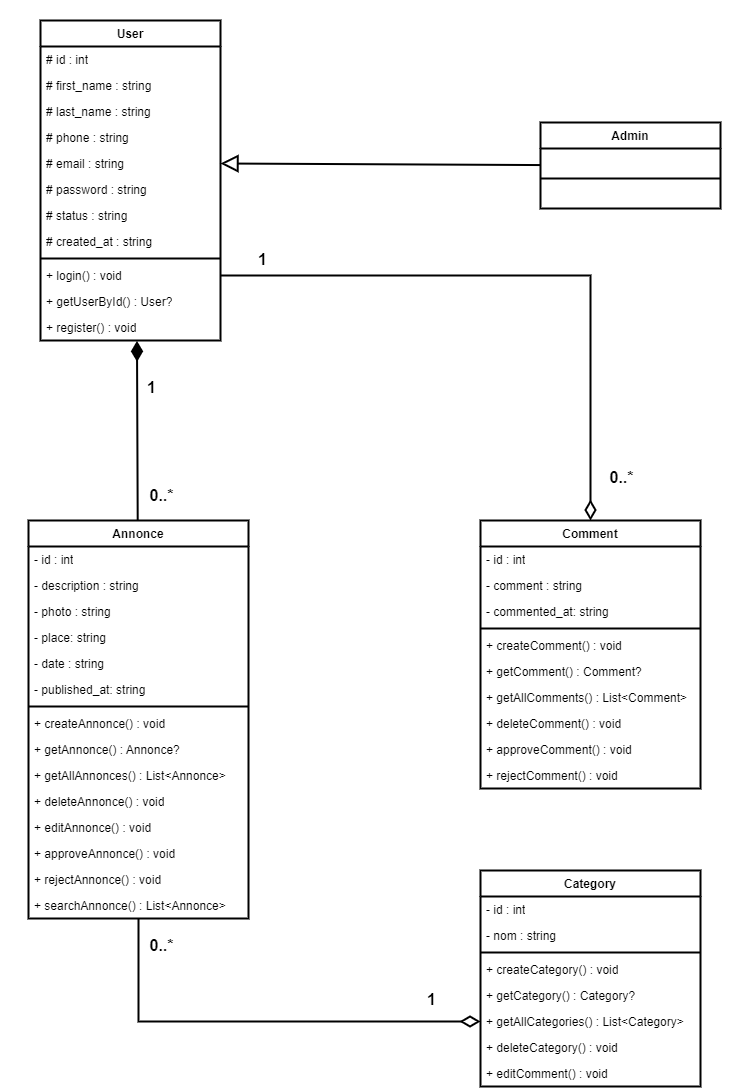
Earlier version of the draw.io export diagrams/Class.png (ABDELHAFIDAIT/Lost-Found). Source tidied: cells renumbered, new cells last; positions are measured from the earlier drawing's top-left corner, leaving out a move shared by most shapes.
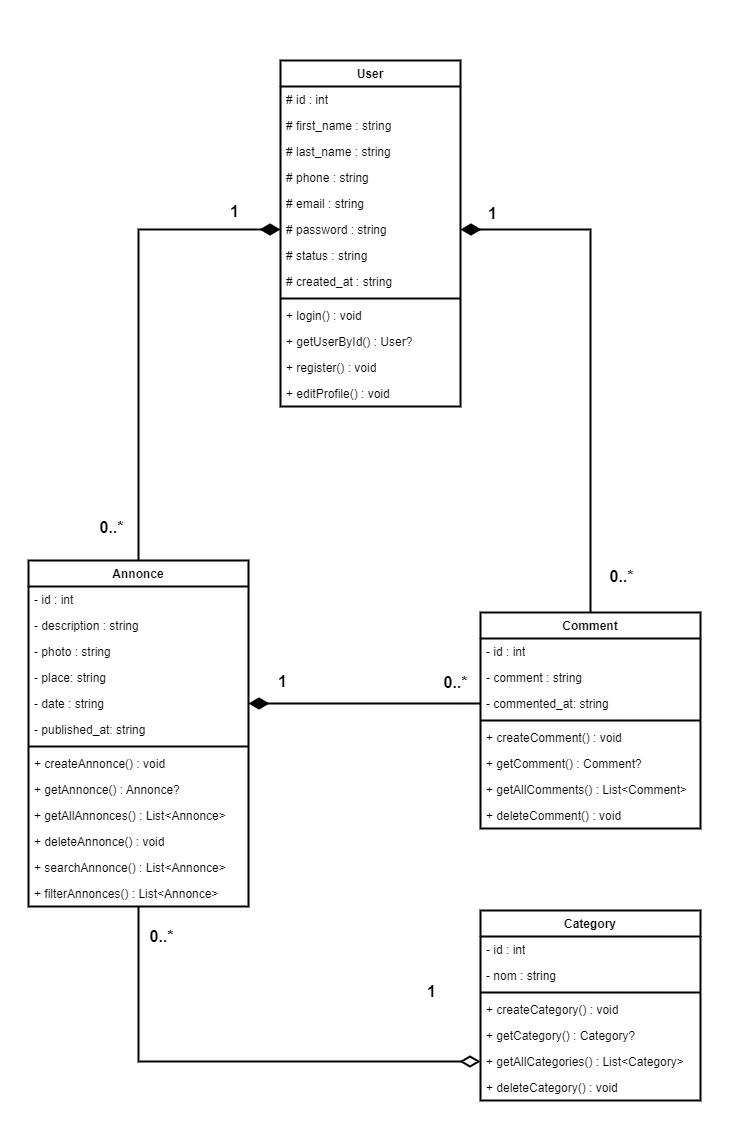
Above is the later version.

What changed in the source:
```diff
@@ -3,7 +3,7 @@
     <mxCell id="0" />
     <mxCell id="1" parent="0" />
     <mxCell id="2" value="User" style="swimlane;fontStyle=1;align=center;verticalAlign=top;horizontal=1;startSize=26;whiteSpace=wrap;html=1;strokeWidth=2;" parent="1" vertex="1">
-      <mxGeometry x="40" y="20" width="180" height="320" as="geometry" />
+      <mxGeometry x="280" y="20" width="180" height="346" as="geometry" />
     </mxCell>
     <mxCell id="3" value="# id : int" style="text;strokeColor=none;fillColor=none;align=left;verticalAlign=top;spacingLeft=4;spacingRight=4;overflow=hidden;whiteSpace=wrap;html=1;strokeWidth=2;" parent="2" vertex="1">
       <mxGeometry y="26" width="180" height="26" as="geometry" />
@@ -41,21 +41,9 @@
     <mxCell id="14" value="+ register() : void" style="text;strokeColor=none;fillColor=none;align=left;verticalAlign=top;spacingLeft=4;spacingRight=4;overflow=hidden;points=[[0,0.5],[1,0.5]];portConstraint=eastwest;whiteSpace=wrap;html=1;strokeWidth=2;" parent="2" vertex="1">
       <mxGeometry y="294" width="180" height="26" as="geometry" />
     </mxCell>
-    <mxCell id="15" value="Admin" style="swimlane;fontStyle=1;align=center;verticalAlign=top;horizontal=1;startSize=26;whiteSpace=wrap;html=1;strokeWidth=2;" parent="1" vertex="1">
-      <mxGeometry x="540" y="122" width="180" height="86" as="geometry" />
-    </mxCell>
-    <mxCell id="16" value="&amp;nbsp;&amp;nbsp;" style="text;strokeColor=none;fillColor=none;align=left;verticalAlign=top;spacingLeft=4;spacingRight=4;overflow=hidden;whiteSpace=wrap;html=1;strokeWidth=2;" parent="15" vertex="1">
-      <mxGeometry y="26" width="180" height="26" as="geometry" />
-    </mxCell>
-    <mxCell id="17" style="line;strokeWidth=2;fillColor=none;align=left;verticalAlign=middle;spacingTop=-1;spacingLeft=3;spacingRight=3;labelPosition=right;strokeColor=inherit;" parent="15" vertex="1">
-      <mxGeometry y="52" width="180" height="8" as="geometry" />
-    </mxCell>
-    <mxCell id="18" value="&amp;nbsp; &amp;nbsp;" style="text;strokeColor=none;fillColor=none;align=left;verticalAlign=top;spacingLeft=4;spacingRight=4;overflow=hidden;whiteSpace=wrap;html=1;strokeWidth=2;" parent="15" vertex="1">
-      <mxGeometry y="60" width="180" height="26" as="geometry" />
-    </mxCell>
-    <mxCell id="19" style="rounded=0;jettySize=auto;html=1;entryX=1;entryY=0.5;entryDx=0;entryDy=0;endArrow=block;endFill=0;endSize=13;strokeWidth=2;" parent="1" edge="1" source="15" target="7">
-      <mxGeometry relative="1" as="geometry" />
-    </mxCell>
+    <mxCell id="66" value="+ editProfile() : void" style="text;strokeColor=none;fillColor=none;align=left;verticalAlign=top;spacingLeft=4;spacingRight=4;overflow=hidden;whiteSpace=wrap;html=1;strokeWidth=2;" parent="2" vertex="1">
+      <mxGeometry y="320" width="180" height="26" as="geometry" />
+    </mxCell>
     <mxCell id="20" style="edgeStyle=orthogonalEdgeStyle;rounded=0;jettySize=auto;html=1;entryX=0;entryY=0.5;entryDx=0;entryDy=0;endArrow=diamondThin;endFill=0;endSize=15;strokeWidth=2;" parent="1" edge="1" source="23" target="62">
       <mxGeometry relative="1" as="geometry" />
     </mxCell>
@@ -70,7 +58,7 @@
       </mxGeometry>
     </mxCell>
     <mxCell id="23" value="Annonce" style="swimlane;fontStyle=1;align=center;verticalAlign=top;horizontal=1;startSize=26;whiteSpace=wrap;html=1;strokeWidth=2;" parent="1" vertex="1">
-      <mxGeometry x="28" y="520" width="220" height="398" as="geometry" />
+      <mxGeometry x="28" y="520" width="220" height="346" as="geometry" />
     </mxCell>
     <mxCell id="24" value="- id : int" style="text;strokeColor=none;fillColor=none;align=left;verticalAlign=top;spacingLeft=4;spacingRight=4;overflow=hidden;whiteSpace=wrap;html=1;strokeWidth=2;" parent="23" vertex="1">
       <mxGeometry y="26" width="220" height="26" as="geometry" />
@@ -105,19 +93,13 @@
     <mxCell id="34" value="+ deleteAnnonce() : void" style="text;strokeColor=none;fillColor=none;align=left;verticalAlign=top;spacingLeft=4;spacingRight=4;overflow=hidden;whiteSpace=wrap;html=1;strokeWidth=2;" parent="23" vertex="1">
       <mxGeometry y="268" width="220" height="26" as="geometry" />
     </mxCell>
-    <mxCell id="35" value="+ editAnnonce() : void" style="text;strokeColor=none;fillColor=none;align=left;verticalAlign=top;spacingLeft=4;spacingRight=4;overflow=hidden;whiteSpace=wrap;html=1;strokeWidth=2;" parent="23" vertex="1">
-      <mxGeometry y="294" width="220" height="26" as="geometry" />
-    </mxCell>
-    <mxCell id="36" value="+ approveAnnonce() : void" style="text;strokeColor=none;fillColor=none;align=left;verticalAlign=top;spacingLeft=4;spacingRight=4;overflow=hidden;whiteSpace=wrap;html=1;strokeWidth=2;" parent="23" vertex="1">
-      <mxGeometry y="320" width="220" height="26" as="geometry" />
-    </mxCell>
-    <mxCell id="37" value="+ rejectAnnonce() : void" style="text;strokeColor=none;fillColor=none;align=left;verticalAlign=top;spacingLeft=4;spacingRight=4;overflow=hidden;whiteSpace=wrap;html=1;strokeWidth=2;" parent="23" vertex="1">
-      <mxGeometry y="346" width="220" height="26" as="geometry" />
-    </mxCell>
     <mxCell id="38" value="+ searchAnnonce() : List&amp;lt;Annonce&amp;gt;" style="text;strokeColor=none;fillColor=none;align=left;verticalAlign=top;spacingLeft=4;spacingRight=4;overflow=hidden;whiteSpace=wrap;html=1;strokeWidth=2;" parent="23" vertex="1">
-      <mxGeometry y="372" width="220" height="26" as="geometry" />
+      <mxGeometry y="294" width="220" height="26" as="geometry" />
     </mxCell>
+    <mxCell id="67" value="+ filterAnnonces() : List&amp;lt;Annonce&amp;gt;" style="text;strokeColor=none;fillColor=none;align=left;verticalAlign=top;spacingLeft=4;spacingRight=4;overflow=hidden;whiteSpace=wrap;html=1;strokeWidth=2;" parent="23" vertex="1">
+      <mxGeometry y="320" width="220" height="26" as="geometry" />
+    </mxCell>
-    <mxCell id="39" style="edgeStyle=orthogonalEdgeStyle;rounded=0;jettySize=auto;html=1;entryX=1;entryY=0.5;entryDx=0;entryDy=0;endArrow=none;endFill=0;startArrow=diamondThin;startFill=0;startSize=15;strokeWidth=2;" parent="1" edge="1" source="42" target="12">
+    <mxCell id="39" style="edgeStyle=orthogonalEdgeStyle;rounded=0;jettySize=auto;html=1;entryX=1;entryY=0.5;entryDx=0;entryDy=0;endArrow=diamondThin;endFill=1;startArrow=none;startFill=0;startSize=6;strokeWidth=2;endSize=15;" parent="1" edge="1" source="42" target="8">
       <mxGeometry relative="1" as="geometry" />
     </mxCell>
     <mxCell id="40" value="&lt;b&gt;&lt;font style=&quot;font-size: 16px;&quot;&gt;1&lt;/font&gt;&lt;/b&gt;" style="edgeLabel;html=1;align=center;verticalAlign=middle;" parent="39" vertex="1">
@@ -131,7 +113,7 @@
       </mxGeometry>
     </mxCell>
     <mxCell id="42" value="Comment" style="swimlane;fontStyle=1;align=center;verticalAlign=top;horizontal=1;startSize=26;whiteSpace=wrap;html=1;strokeWidth=2;" parent="1" vertex="1">
-      <mxGeometry x="480" y="520" width="220" height="268" as="geometry" />
+      <mxGeometry x="480" y="572" width="220" height="216" as="geometry" />
     </mxCell>
     <mxCell id="43" value="- id : int" style="text;strokeColor=none;fillColor=none;align=left;verticalAlign=top;spacingLeft=4;spacingRight=4;overflow=hidden;whiteSpace=wrap;html=1;strokeWidth=2;" parent="42" vertex="1">
       <mxGeometry y="26" width="220" height="26" as="geometry" />
@@ -157,27 +139,21 @@
     <mxCell id="50" value="+ deleteComment() : void" style="text;strokeColor=none;fillColor=none;align=left;verticalAlign=top;spacingLeft=4;spacingRight=4;overflow=hidden;whiteSpace=wrap;html=1;strokeWidth=2;" parent="42" vertex="1">
       <mxGeometry y="190" width="220" height="26" as="geometry" />
     </mxCell>
-    <mxCell id="51" value="+ approveComment() : void" style="text;strokeColor=none;fillColor=none;align=left;verticalAlign=top;spacingLeft=4;spacingRight=4;overflow=hidden;whiteSpace=wrap;html=1;strokeWidth=2;" parent="42" vertex="1">
-      <mxGeometry y="216" width="220" height="26" as="geometry" />
-    </mxCell>
-    <mxCell id="52" value="+ rejectComment() : void" style="text;strokeColor=none;fillColor=none;align=left;verticalAlign=top;spacingLeft=4;spacingRight=4;overflow=hidden;whiteSpace=wrap;html=1;strokeWidth=2;" parent="42" vertex="1">
-      <mxGeometry y="242" width="220" height="26" as="geometry" />
-    </mxCell>
-    <mxCell id="53" style="rounded=0;jettySize=auto;html=1;entryX=0.536;entryY=1.014;entryDx=0;entryDy=0;entryPerimeter=0;strokeWidth=2;endArrow=diamondThin;endFill=1;endSize=15;" parent="1" edge="1" source="23" target="14">
+    <mxCell id="53" style="rounded=0;jettySize=auto;html=1;entryX=0;entryY=0.5;entryDx=0;entryDy=0;strokeWidth=2;endArrow=diamondThin;endFill=1;endSize=15;exitX=0.5;exitY=0;exitDx=0;exitDy=0;edgeStyle=orthogonalEdgeStyle;" parent="1" edge="1" source="23" target="8">
       <mxGeometry relative="1" as="geometry" />
     </mxCell>
     <mxCell id="54" value="&lt;span style=&quot;font-size: 16px;&quot;&gt;&lt;b&gt;0..*&lt;/b&gt;&lt;/span&gt;" style="edgeLabel;html=1;align=center;verticalAlign=middle;" parent="53" vertex="1">
       <mxGeometry x="-0.71" relative="1" as="geometry">
-        <mxPoint x="23" as="offset" />
+        <mxPoint x="-28" y="34" as="offset" />
       </mxGeometry>
     </mxCell>
     <mxCell id="55" value="&lt;b&gt;&lt;font style=&quot;font-size: 16px;&quot;&gt;1&lt;/font&gt;&lt;/b&gt;" style="edgeLabel;html=1;align=center;verticalAlign=middle;" parent="53" vertex="1">
       <mxGeometry x="0.5" relative="1" as="geometry">
-        <mxPoint x="13" as="offset" />
+        <mxPoint x="71" y="-19" as="offset" />
       </mxGeometry>
     </mxCell>
     <mxCell id="56" value="Category" style="swimlane;fontStyle=1;align=center;verticalAlign=top;horizontal=1;startSize=26;whiteSpace=wrap;html=1;strokeWidth=2;" parent="1" vertex="1">
-      <mxGeometry x="480" y="870" width="220" height="216" as="geometry" />
+      <mxGeometry x="480" y="870" width="220" height="190" as="geometry" />
     </mxCell>
     <mxCell id="57" value="- id : int" style="text;strokeColor=none;fillColor=none;align=left;verticalAlign=top;spacingLeft=4;spacingRight=4;overflow=hidden;whiteSpace=wrap;html=1;strokeWidth=2;" parent="56" vertex="1">
       <mxGeometry y="26" width="220" height="26" as="geometry" />
@@ -200,11 +176,24 @@
     <mxCell id="63" value="+ deleteCategory() : void" style="text;strokeColor=none;fillColor=none;align=left;verticalAlign=top;spacingLeft=4;spacingRight=4;overflow=hidden;whiteSpace=wrap;html=1;strokeWidth=2;" parent="56" vertex="1">
       <mxGeometry y="164" width="220" height="26" as="geometry" />
     </mxCell>
-    <mxCell id="64" value="+ editComment() : void" style="text;strokeColor=none;fillColor=none;align=left;verticalAlign=top;spacingLeft=4;spacingRight=4;overflow=hidden;whiteSpace=wrap;html=1;strokeWidth=2;" parent="56" vertex="1">
-      <mxGeometry y="190" width="220" height="26" as="geometry" />
-    </mxCell>
     <mxCell id="65" style="rounded=0;whiteSpace=wrap;html=1;fillColor=none;strokeColor=none;" parent="1" vertex="1">
-      <mxGeometry width="740" height="1090" as="geometry" />
+      <mxGeometry y="-40" width="730" height="1140" as="geometry" />
     </mxCell>
+    <mxCell id="68" style="edgeStyle=orthogonalEdgeStyle;rounded=0;jettySize=auto;html=1;entryX=0;entryY=0.5;entryDx=0;entryDy=0;strokeWidth=2;endArrow=none;endFill=0;startArrow=diamondThin;startFill=1;startSize=15;" parent="1" edge="1" source="28" target="45">
+      <mxGeometry relative="1" as="geometry" />
+    </mxCell>
+    <mxCell id="69" value="&lt;span style=&quot;color: rgba(0, 0, 0, 0); font-family: monospace; font-size: 0px; text-align: start; background-color: rgb(251, 251, 251);&quot;&gt;%3CmxGraphModel%3E%3Croot%3E%3CmxCell%20id%3D%220%22%2F%3E%3CmxCell%20id%3D%221%22%20parent%3D%220%22%2F%3E%3CmxCell%20id%3D%222%22%20value%3D%22%26lt%3Bspan%20style%3D%26quot%3Bfont-size%3A%2016px%3B%26quot%3B%26gt%3B%26lt%3Bb%26gt%3B0..*%26lt%3B%2Fb%26gt%3B%26lt%3B%2Fspan%26gt%3B%22%20style%3D%22edgeLabel%3Bhtml%3D1%3Balign%3Dcenter%3BverticalAlign%3Dmiddle%3Bresizable%3D0%3Bpoints%3D%5B%5D%3B%22%20vertex%3D%221%22%20connectable%3D%220%22%20parent%3D%221%22%3E%3CmxGeometry%20x%3D%22-149.9230769230769%22%20y%3D%22552.5384615384614%22%20as%3D%22geometry%22%2F%3E%3C%2FmxCell%3E%3C%2Froot%3E%3C%2FmxGraphModel%3E&lt;/span&gt;" style="edgeLabel;html=1;align=center;verticalAlign=middle;" parent="68" vertex="1">
+      <mxGeometry x="0.74" y="1" relative="1" as="geometry" />
+    </mxCell>
+    <mxCell id="70" value="&lt;b style=&quot;font-size: 16px;&quot;&gt;0..*&lt;/b&gt;" style="edgeLabel;html=1;align=center;verticalAlign=middle;" parent="68" vertex="1">
+      <mxGeometry x="0.77" y="-3" relative="1" as="geometry">
+        <mxPoint y="-25" as="offset" />
+      </mxGeometry>
+    </mxCell>
+    <mxCell id="71" value="&lt;b style=&quot;font-size: 16px;&quot;&gt;1&lt;/b&gt;" style="edgeLabel;html=1;align=center;verticalAlign=middle;" parent="68" vertex="1">
+      <mxGeometry x="-0.64" y="1" relative="1" as="geometry">
+        <mxPoint x="-10" y="-22" as="offset" />
+      </mxGeometry>
+    </mxCell>
   </root>
 </mxGraphModel>
```
